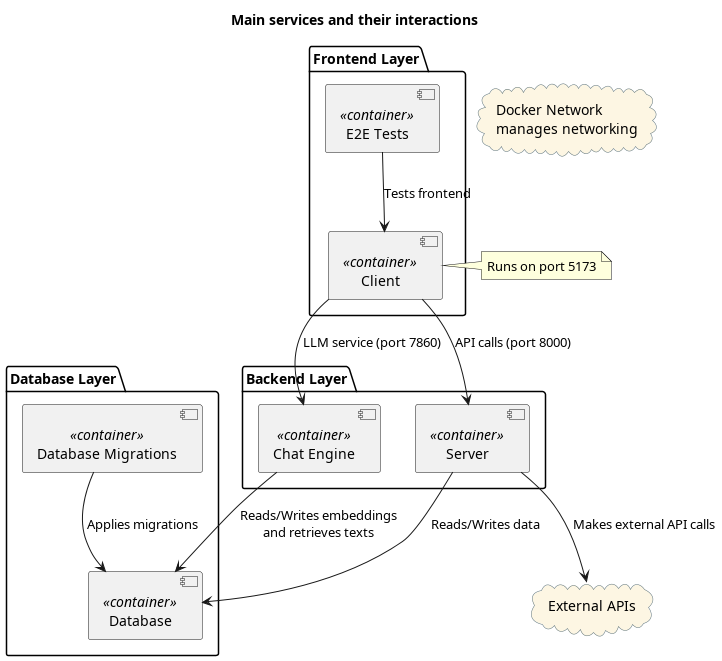
This is Documents/diagrams/images/services_diagram.png from juho-a/Eprice, a PlantUML export, as it was before one commit. Source of this version:
```plantuml
@startuml
title Main services and their interactions
skinparam rectangle {
    BackgroundColor #FDF6E3
    BorderColor #586e75
}
skinparam cloud {
    BackgroundColor #FDF6E3
    BorderColor #586e75
}

cloud "Docker Network\nmanages networking" as DockerNetwork

package "Database Layer" {
    [Database] <<container>>
    [Database Migrations] <<container>>
}

package "Backend Layer" {
    [Server] <<container>>
    [Chat Engine] <<container>>
}

package "Frontend Layer" {
    [Client] <<container>>
    [E2E Tests] <<container>>
}

cloud "External APIs" as ExternalAPIs

[Database Migrations] --> [Database] : Applies migrations
[Server] --> [Database] : Reads/Writes data
[Client] --> [Server] : API calls (port 8000)
[Client] --> [Chat Engine] : LLM service (port 7860)
[Chat Engine] --> [Database] : Reads/Writes embeddings\nand retrieves texts
[E2E Tests] --> [Client] : Tests frontend
[Server] --> ExternalAPIs : Makes external API calls

note right of Client
Runs on port 5173
end note

@enduml
```
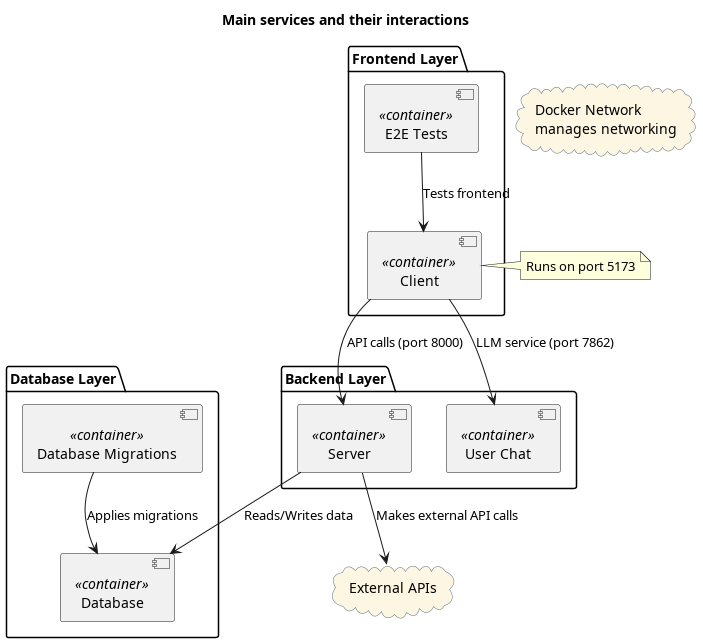
After the commit.

Diff of the diagram source:
```diff
@@ -18,7 +18,7 @@
 
 package "Backend Layer" {
     [Server] <<container>>
-    [Chat Engine] <<container>>
+    [User Chat] <<container>>
 }
 
 package "Frontend Layer" {
@@ -31,8 +31,7 @@
 [Database Migrations] --> [Database] : Applies migrations
 [Server] --> [Database] : Reads/Writes data
 [Client] --> [Server] : API calls (port 8000)
-[Client] --> [Chat Engine] : LLM service (port 7860)
-[Chat Engine] --> [Database] : Reads/Writes embeddings\nand retrieves texts
+[Client] --> [User Chat] : LLM service (port 7862)
 [E2E Tests] --> [Client] : Tests frontend
 [Server] --> ExternalAPIs : Makes external API calls
 
```
